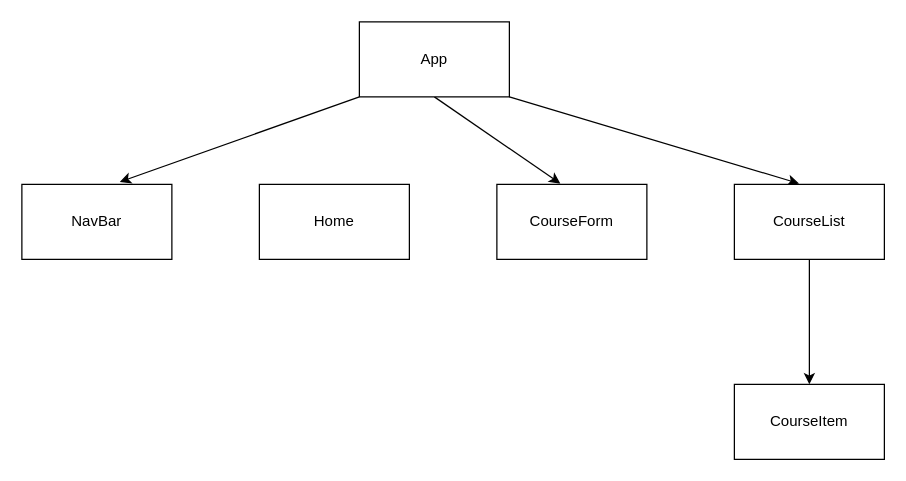
This is src/course.drawio from craigjford/react-cjf-final-project, a draw.io file, before an edit. Source tidied: cells renumbered, new cells numbered last; positions are measured from the earlier drawing's top-left corner, leaving out a move shared by most shapes. Both pictures are drawn from the tidied source at 125%, with x=0, y=0 at pixel (21, 21).
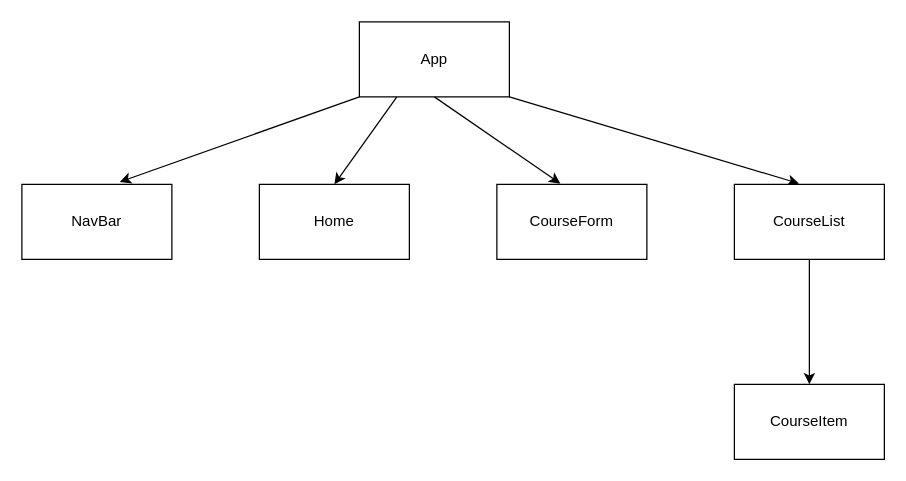
The same page after the edit.

Diff of the diagram source:
```diff
@@
 <mxGraphModel>
   <root>
     <mxCell id="0" />
     <mxCell id="1" parent="0" />
     <mxCell id="2" style="edgeStyle=none;html=1;exitX=0;exitY=1;exitDx=0;exitDy=0;entryX=0.653;entryY=-0.033;entryDx=0;entryDy=0;entryPerimeter=0;" parent="1" edge="1" source="5" target="6">
       <mxGeometry relative="1" as="geometry" />
     </mxCell>
     <mxCell id="3" style="html=1;exitX=0.5;exitY=1;exitDx=0;exitDy=0;entryX=0.423;entryY=-0.011;entryDx=0;entryDy=0;entryPerimeter=0;" parent="1" edge="1" source="5" target="7">
       <mxGeometry relative="1" as="geometry" />
     </mxCell>
     <mxCell id="4" style="edgeStyle=none;html=1;exitX=1;exitY=1;exitDx=0;exitDy=0;entryX=0.431;entryY=-0.011;entryDx=0;entryDy=0;entryPerimeter=0;" parent="1" edge="1" source="5" target="9">
       <mxGeometry relative="1" as="geometry" />
     </mxCell>
+    <mxCell id="18" style="edgeStyle=none;html=1;exitX=0.25;exitY=1;exitDx=0;exitDy=0;entryX=0.5;entryY=0;entryDx=0;entryDy=0;" parent="1" edge="1" source="5" target="16">
+      <mxGeometry relative="1" as="geometry" />
+    </mxCell>
     <mxCell id="5" style="rounded=0;whiteSpace=wrap;html=1;" parent="1" vertex="1">
       <mxGeometry x="270" width="120" height="60" as="geometry" />
     </mxCell>
     <mxCell id="6" style="rounded=0;whiteSpace=wrap;html=1;" parent="1" vertex="1">
       <mxGeometry y="130" width="120" height="60" as="geometry" />
     </mxCell>
     <mxCell id="7" style="rounded=0;whiteSpace=wrap;html=1;" parent="1" vertex="1">
       <mxGeometry x="380" y="130" width="120" height="60" as="geometry" />
     </mxCell>
     <mxCell id="8" style="edgeStyle=none;html=1;exitX=0.5;exitY=1;exitDx=0;exitDy=0;entryX=0.5;entryY=0;entryDx=0;entryDy=0;" parent="1" edge="1" source="9" target="10">
       <mxGeometry relative="1" as="geometry" />
     </mxCell>
     <mxCell id="9" style="rounded=0;whiteSpace=wrap;html=1;" parent="1" vertex="1">
       <mxGeometry x="570" y="130" width="120" height="60" as="geometry" />
     </mxCell>
     <mxCell id="10" style="rounded=0;whiteSpace=wrap;html=1;" parent="1" vertex="1">
       <mxGeometry x="570" y="290" width="120" height="60" as="geometry" />
     </mxCell>
     <mxCell id="11" value="App" style="text;html=1;strokeColor=none;fillColor=none;align=center;verticalAlign=middle;whiteSpace=wrap;rounded=0;" parent="1" vertex="1">
       <mxGeometry x="300" y="15" width="60" height="30" as="geometry" />
     </mxCell>
     <mxCell id="12" value="NavBar" style="text;html=1;strokeColor=none;fillColor=none;align=center;verticalAlign=middle;whiteSpace=wrap;rounded=0;" parent="1" vertex="1">
       <mxGeometry x="30" y="145" width="60" height="30" as="geometry" />
     </mxCell>
     <mxCell id="13" value="CourseForm" style="text;html=1;strokeColor=none;fillColor=none;align=center;verticalAlign=middle;whiteSpace=wrap;rounded=0;" parent="1" vertex="1">
       <mxGeometry x="410" y="145" width="60" height="30" as="geometry" />
     </mxCell>
     <mxCell id="14" value="CourseList" style="text;html=1;strokeColor=none;fillColor=none;align=center;verticalAlign=middle;whiteSpace=wrap;rounded=0;" parent="1" vertex="1">
       <mxGeometry x="600" y="145" width="60" height="30" as="geometry" />
     </mxCell>
     <mxCell id="15" value="CourseItem" style="text;html=1;strokeColor=none;fillColor=none;align=center;verticalAlign=middle;whiteSpace=wrap;rounded=0;" parent="1" vertex="1">
       <mxGeometry x="600" y="305" width="60" height="30" as="geometry" />
     </mxCell>
     <mxCell id="16" style="rounded=0;whiteSpace=wrap;html=1;" parent="1" vertex="1">
       <mxGeometry x="190" y="130" width="120" height="60" as="geometry" />
     </mxCell>
     <mxCell id="17" value="Home" style="text;html=1;strokeColor=none;fillColor=none;align=center;verticalAlign=middle;whiteSpace=wrap;rounded=0;" parent="1" vertex="1">
       <mxGeometry x="220" y="145" width="60" height="30" as="geometry" />
     </mxCell>
   </root>
 </mxGraphModel>
```
